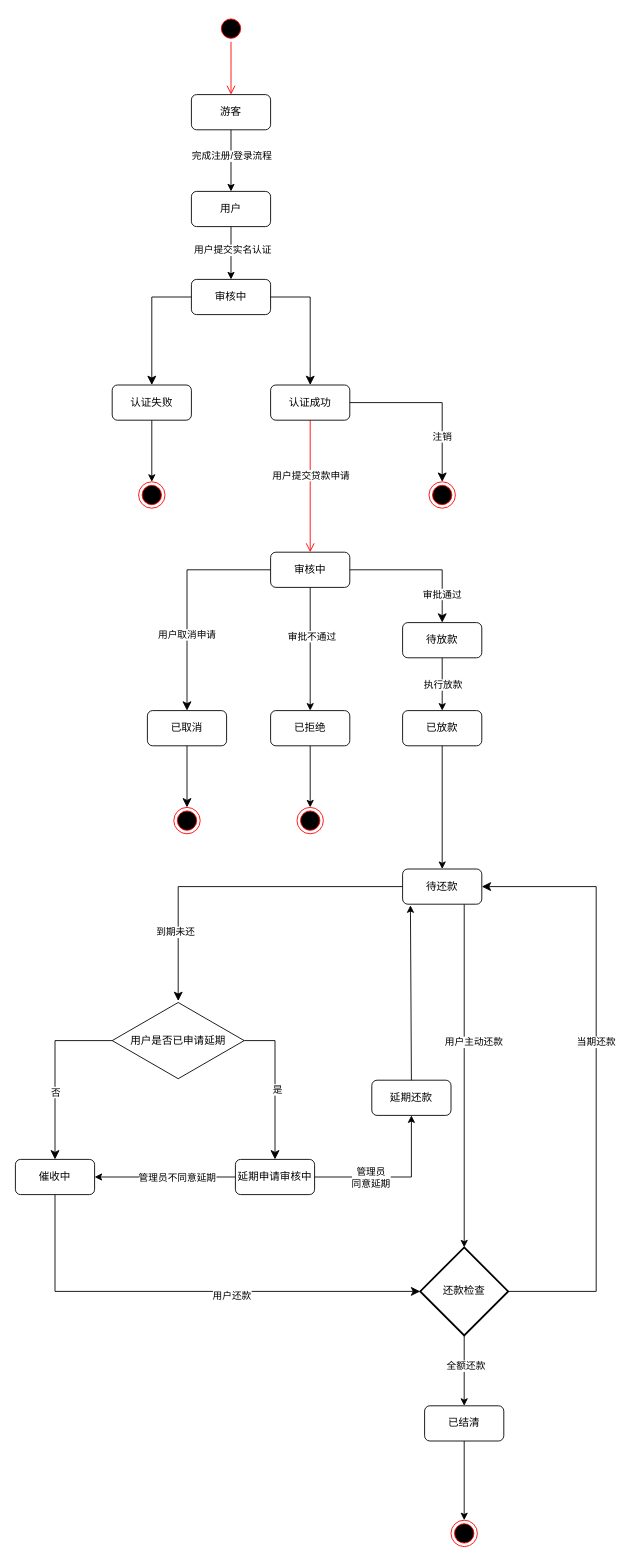
The draw.io diagram 需求分析/状态图.drawio in syntheticfeather/Conpre_object, before the edit. Source tidied: cells renumbered, new cells numbered last; positions are measured from the earlier drawing's top-left corner, leaving out a move shared by most shapes. Both pictures are drawn from the tidied source at 88%, with x=0, y=0 at pixel (15, 15).
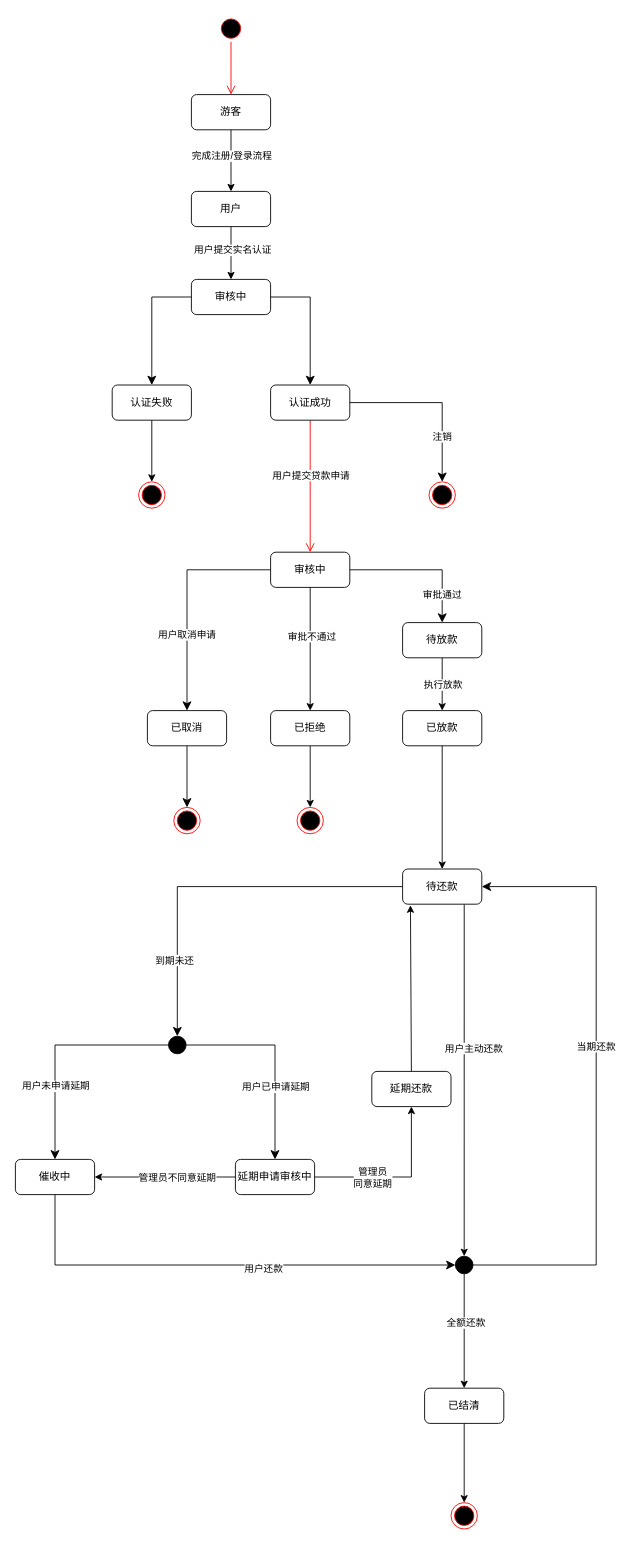
After the change.

Commit message (it also covers changes not shown here):
需求分析文档完善

Unchanged cells that the change refers to:
```xml
<mxCell id="28" value="待还款" style="rounded=1;whiteSpace=wrap;html=1;" parent="1" vertex="1">
  <mxGeometry x="440" y="970" width="90" height="40" as="geometry" />
</mxCell>
<mxCell id="29" value="延期申请审核中" style="rounded=1;whiteSpace=wrap;html=1;" parent="1" vertex="1">
  <mxGeometry x="250" y="1300" width="90" height="40" as="geometry" />
</mxCell>
<mxCell id="35" value="催收中" style="rounded=1;whiteSpace=wrap;html=1;" parent="1" vertex="1">
  <mxGeometry y="1300" width="90" height="40" as="geometry" />
</mxCell>
```

Change to the diagram source:
```diff
@@
-    <mxCell id="26" style="edgeStyle=orthogonalEdgeStyle;rounded=0;jettySize=auto;html=1;exitX=0.778;exitY=1;exitDx=0;exitDy=0;exitPerimeter=0;" parent="1" edge="1" source="28" target="52">
+    <mxCell id="26" style="edgeStyle=orthogonalEdgeStyle;rounded=0;jettySize=auto;html=1;exitX=0.778;exitY=1;exitDx=0;exitDy=0;exitPerimeter=0;entryX=0.5;entryY=0;entryDx=0;entryDy=0;" parent="1" edge="1" source="28" target="70">
       <mxGeometry relative="1" as="geometry" />
     </mxCell>
@@
     <mxCell id="30" value="已结清" style="whiteSpace=wrap;html=1;rounded=1;" parent="1" vertex="1">
-      <mxGeometry x="465" y="1580" width="90" height="40" as="geometry" />
+      <mxGeometry x="465" y="1560" width="90" height="40" as="geometry" />
     </mxCell>
@@
     <mxCell id="32" style="ellipse;html=1;shape=endState;fillColor=#000000;strokeColor=#ff0000;" parent="1" vertex="1">
-      <mxGeometry x="495" y="1710" width="30" height="30" as="geometry" />
+      <mxGeometry x="495" y="1690" width="30" height="30" as="geometry" />
     </mxCell>
@@
     <mxCell id="38" value="延期还款" style="rounded=1;whiteSpace=wrap;html=1;" parent="1" vertex="1">
-      <mxGeometry x="405" y="1210" width="90" height="40" as="geometry" />
+      <mxGeometry x="405" y="1200" width="90" height="40" as="geometry" />
     </mxCell>
@@
-    <mxCell id="49" value="用户是否已申请延期" style="html=1;whiteSpace=wrap;shape=isoRectangle;" parent="1" vertex="1">
-      <mxGeometry x="110" y="1120" width="150" height="90" as="geometry" />
-    </mxCell>
-    <mxCell id="50" style="edgeStyle=orthogonalEdgeStyle;rounded=0;jettySize=auto;html=1;entryX=0.5;entryY=0;entryDx=0;entryDy=0;" parent="1" edge="1" source="52" target="30">
+    <mxCell id="50" style="edgeStyle=orthogonalEdgeStyle;rounded=0;jettySize=auto;html=1;entryX=0.5;entryY=0;entryDx=0;entryDy=0;exitX=0.5;exitY=1;exitDx=0;exitDy=0;" parent="1" edge="1" source="70" target="30">
       <mxGeometry relative="1" as="geometry" />
     </mxCell>
@@
-    <mxCell id="52" value="还款检查" style="strokeWidth=2;html=1;shape=mxgraph.flowchart.decision;whiteSpace=wrap;" parent="1" vertex="1">
-      <mxGeometry x="460" y="1400" width="100" height="100" as="geometry" />
-    </mxCell>
-    <mxCell id="53" style="edgeStyle=segmentEdgeStyle;endArrow=classic;html=1;curved=0;rounded=0;endSize=8;startSize=8;exitX=1;exitY=0.5;exitDx=0;exitDy=0;exitPerimeter=0;entryX=1;entryY=0.5;entryDx=0;entryDy=0;" parent="1" edge="1" source="52" target="28">
+    <mxCell id="53" style="edgeStyle=segmentEdgeStyle;endArrow=classic;html=1;curved=0;rounded=0;endSize=8;startSize=8;entryX=1;entryY=0.5;entryDx=0;entryDy=0;exitX=1;exitY=0.5;exitDx=0;exitDy=0;" parent="1" edge="1" source="70" target="28">
       <mxGeometry relative="1" as="geometry">
         <Array as="points">
-          <mxPoint x="660" y="1450" />
+          <mxPoint x="660" y="1420" />
           <mxPoint x="660" y="990" />
         </Array>
       </mxGeometry>
     </mxCell>
@@
-    <mxCell id="55" style="edgeStyle=segmentEdgeStyle;endArrow=classic;html=1;curved=0;rounded=0;endSize=8;startSize=8;exitX=0;exitY=0.5;exitDx=0;exitDy=0;" parent="1" edge="1" source="28" target="49">
+    <mxCell id="55" style="edgeStyle=segmentEdgeStyle;endArrow=classic;html=1;curved=0;rounded=0;endSize=8;startSize=8;exitX=0;exitY=0.5;exitDx=0;exitDy=0;entryX=0.5;entryY=0;entryDx=0;entryDy=0;" parent="1" edge="1" source="28" target="69">
       <mxGeometry relative="1" as="geometry" />
     </mxCell>
@@
-    <mxCell id="57" style="edgeStyle=segmentEdgeStyle;endArrow=classic;html=1;curved=0;rounded=0;endSize=8;startSize=8;" parent="1" edge="1" source="49" target="35">
+    <mxCell id="57" style="edgeStyle=segmentEdgeStyle;endArrow=classic;html=1;curved=0;rounded=0;endSize=8;startSize=8;exitX=0;exitY=0.5;exitDx=0;exitDy=0;" parent="1" edge="1" source="69" target="35">
       <mxGeometry relative="1" as="geometry" />
     </mxCell>
-    <mxCell id="58" value="否" style="edgeLabel;html=1;align=center;verticalAlign=middle;" parent="57" vertex="1">
-      <mxGeometry x="0.23" relative="1" as="geometry" />
+    <mxCell id="58" value="用户未申请延期" style="edgeLabel;html=1;align=center;verticalAlign=middle;" parent="57" vertex="1">
+      <mxGeometry x="0.23" relative="1" as="geometry">
+        <mxPoint y="16" as="offset" />
+      </mxGeometry>
     </mxCell>
-    <mxCell id="59" style="edgeStyle=segmentEdgeStyle;endArrow=classic;html=1;curved=0;rounded=0;endSize=8;startSize=8;" parent="1" edge="1" source="49" target="29">
+    <mxCell id="59" style="edgeStyle=segmentEdgeStyle;endArrow=classic;html=1;curved=0;rounded=0;endSize=8;startSize=8;exitX=1;exitY=0.5;exitDx=0;exitDy=0;" parent="1" edge="1" source="69" target="29">
       <mxGeometry relative="1" as="geometry" />
     </mxCell>
-    <mxCell id="60" value="是" style="edgeLabel;html=1;align=center;verticalAlign=middle;" parent="59" vertex="1">
-      <mxGeometry x="0.06" y="2" relative="1" as="geometry" />
-    </mxCell>
+    <mxCell id="68" value="用户已申请延期" style="edgeLabel;html=1;align=center;verticalAlign=middle;" parent="59" vertex="1">
+      <mxGeometry x="0.21" y="-1" relative="1" as="geometry">
+        <mxPoint x="1" y="8" as="offset" />
+      </mxGeometry>
+    </mxCell>
@@
-    <mxCell id="64" style="edgeStyle=segmentEdgeStyle;endArrow=classic;html=1;curved=0;rounded=0;endSize=8;startSize=8;exitX=0.5;exitY=1;exitDx=0;exitDy=0;entryX=0;entryY=0.5;entryDx=0;entryDy=0;entryPerimeter=0;" parent="1" edge="1" source="35" target="52">
+    <mxCell id="64" style="edgeStyle=segmentEdgeStyle;endArrow=classic;html=1;curved=0;rounded=0;endSize=8;startSize=8;exitX=0.5;exitY=1;exitDx=0;exitDy=0;entryX=0;entryY=0.5;entryDx=0;entryDy=0;" parent="1" edge="1" source="35" target="70">
       <mxGeometry relative="1" as="geometry">
         <Array as="points">
-          <mxPoint x="45" y="1450" />
+          <mxPoint x="45" y="1420" />
         </Array>
       </mxGeometry>
     </mxCell>
@@
+    <mxCell id="69" style="ellipse;fillColor=strokeColor;html=1;" parent="1" vertex="1">
+      <mxGeometry x="174" y="1160" width="20" height="20" as="geometry" />
+    </mxCell>
+    <mxCell id="70" style="ellipse;fillColor=strokeColor;html=1;" parent="1" vertex="1">
+      <mxGeometry x="500" y="1410" width="20" height="20" as="geometry" />
+    </mxCell>
```
